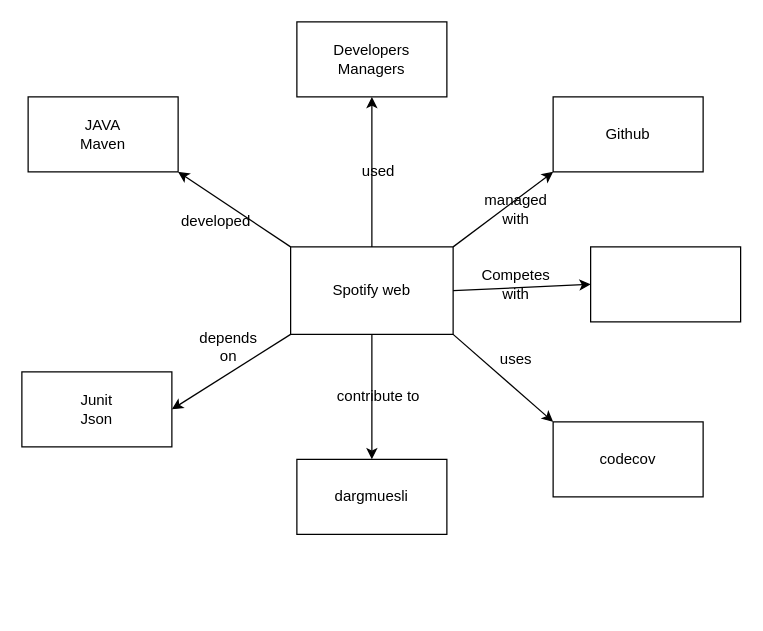
miggonort1/Miguel keeps this draw.io diagram as page "Page-1" (1 of 5) of Untitled Diagram.drawio. Above is the earlier version. Source tidied: cells renumbered, new cells numbered last; positions are measured from the earlier drawing's top-left corner, leaving out a move shared by most shapes. Both pictures are drawn from the tidied source at 125%, with x=0, y=0 at pixel (21, 21).
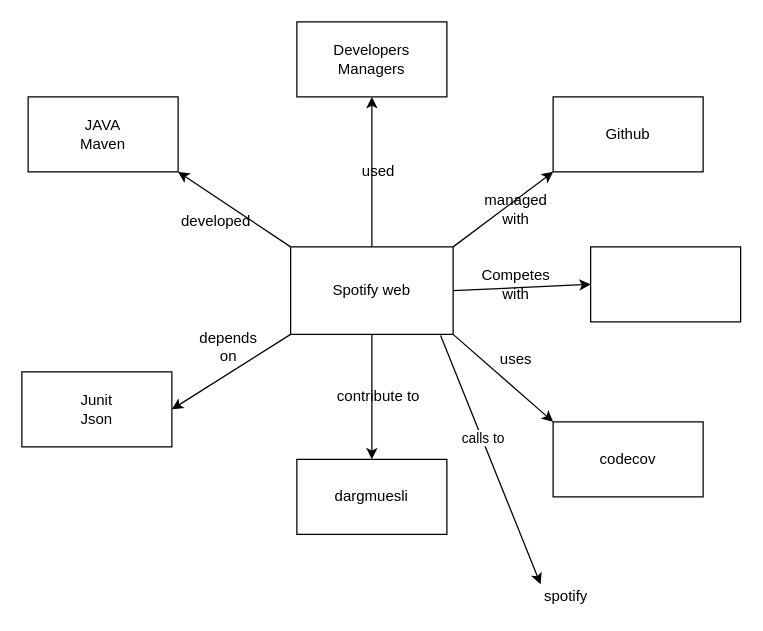
Above is the later version.

Unchanged cells that the change refers to:
```xml
<mxCell id="2" value="Spotify web" style="rounded=0;whiteSpace=wrap;html=1;" parent="1" vertex="1">
  <mxGeometry x="215" y="180" width="130" height="70" as="geometry" />
</mxCell>
```

Diff of the diagram source:
```diff
@@
+    <mxCell id="24" style="endArrow=classic;html=1;rounded=0;exitX=0.923;exitY=1.014;exitDx=0;exitDy=0;exitPerimeter=0;" parent="1" edge="1" source="2">
+      <mxGeometry relative="1" as="geometry">
+        <mxPoint x="415" y="450" as="targetPoint" />
+      </mxGeometry>
+    </mxCell>
+    <mxCell id="25" value="calls to" style="edgeLabel;html=1;align=center;verticalAlign=middle;" parent="24" vertex="1">
+      <mxGeometry x="-0.18" relative="1" as="geometry">
+        <mxPoint x="1" as="offset" />
+      </mxGeometry>
+    </mxCell>
+    <mxCell id="26" value="spotify" style="text;html=1;align=center;verticalAlign=middle;strokeColor=none;fillColor=none;" parent="1" vertex="1">
+      <mxGeometry x="410" y="450" width="50" height="20" as="geometry" />
+    </mxCell>
```
